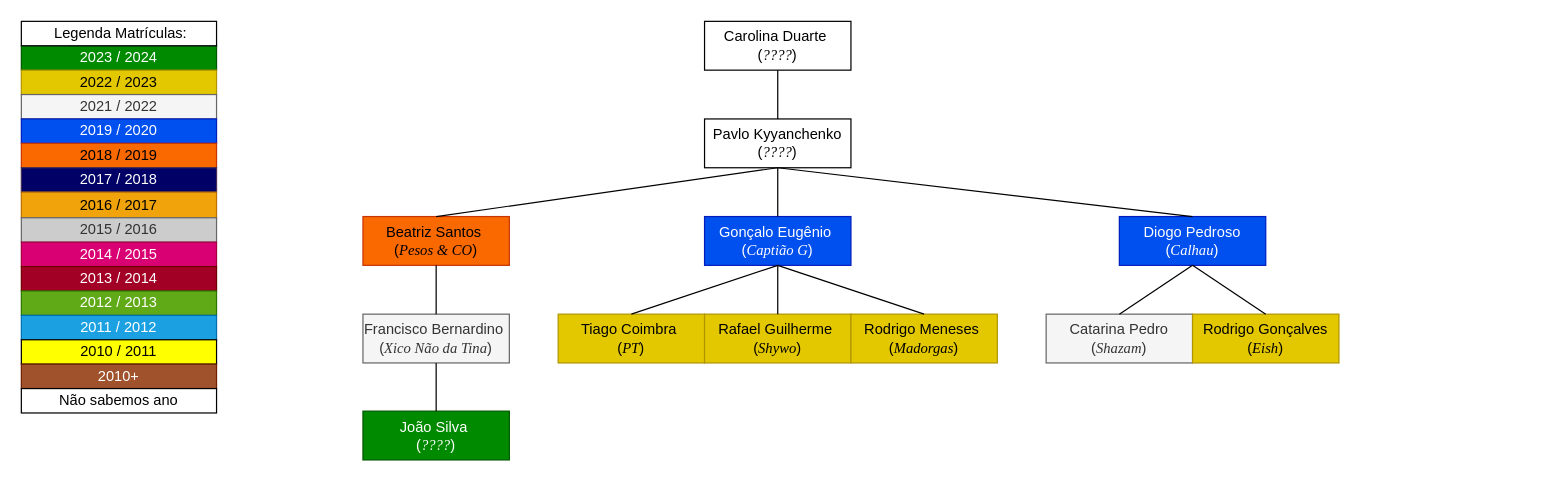
Above: Draw.io/Familia da Carolina Duarte.drawio in pdmtmr/PDMTMRTESTLOCATION-AKA-ARBUSTO (draw.io), before the change. Source tidied: cells renumbered, new cells numbered last; positions are measured from the earlier drawing's top-left corner, leaving out a move shared by most shapes. Both pictures are drawn from the tidied source at 122%, with x=0, y=0 at pixel (21, 21).
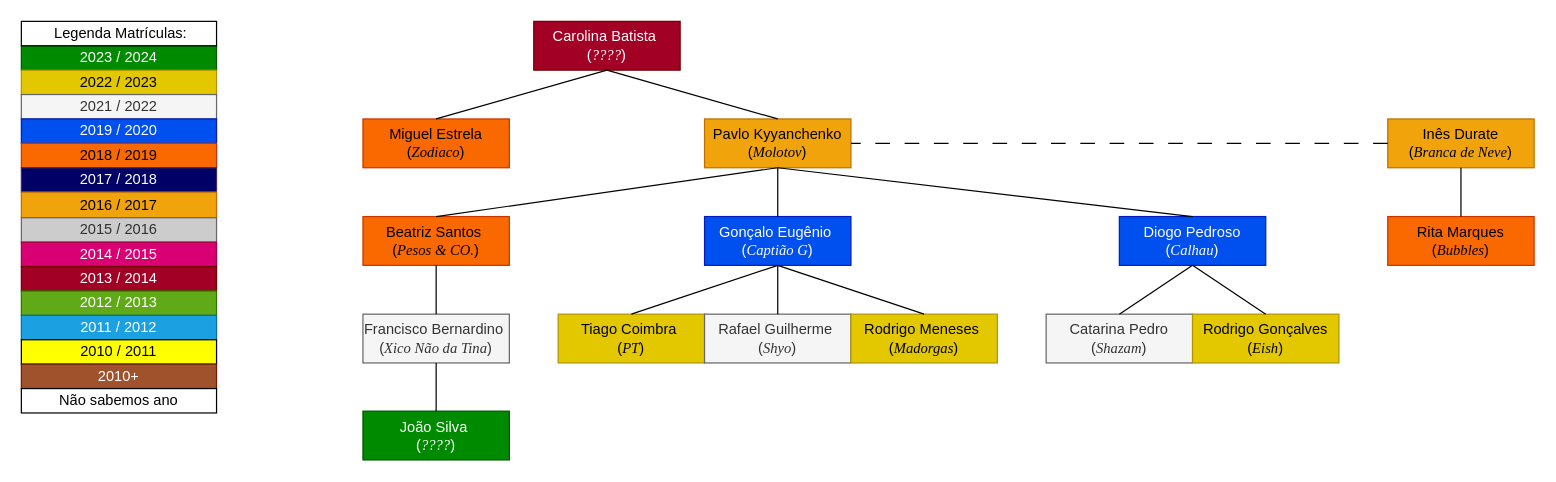
After the change.

What changed in the source:
```diff
@@
-    <mxCell id="17" value="&lt;div&gt;Pavlo Kyyanchenko&lt;/div&gt;&lt;div&gt;&lt;span style=&quot;background-color: initial;&quot;&gt;(&lt;/span&gt;&lt;i style=&quot;background-color: initial;&quot;&gt;&lt;font face=&quot;Times New Roman&quot;&gt;????&lt;/font&gt;&lt;/i&gt;&lt;span style=&quot;background-color: initial;&quot;&gt;)&lt;/span&gt;&lt;/div&gt;" style="rounded=0;whiteSpace=wrap;html=1;" parent="1" vertex="1">
+    <mxCell id="17" value="&lt;div&gt;Pavlo Kyyanchenko&lt;/div&gt;&lt;div&gt;&lt;span style=&quot;background-color: initial;&quot;&gt;(&lt;font face=&quot;Times New Roman&quot;&gt;&lt;i&gt;Molotov&lt;/i&gt;&lt;/font&gt;&lt;/span&gt;&lt;span style=&quot;background-color: initial;&quot;&gt;)&lt;/span&gt;&lt;/div&gt;" style="rounded=0;whiteSpace=wrap;html=1;fillColor=#f0a30a;fontColor=#000000;strokeColor=#BD7000;" parent="1" vertex="1">
       <mxGeometry x="560" y="80" width="120" height="40" as="geometry" />
     </mxCell>
@@
-    <mxCell id="20" value="&lt;div&gt;Beatriz Santos&amp;nbsp;&lt;/div&gt;&lt;div&gt;(&lt;font face=&quot;Times New Roman&quot;&gt;&lt;i&gt;Pesos &amp;amp; CO&lt;/i&gt;&lt;/font&gt;)&lt;/div&gt;" style="rounded=0;whiteSpace=wrap;html=1;fillColor=#fa6800;fontColor=#000000;strokeColor=#C73500;" parent="1" vertex="1">
+    <mxCell id="20" value="&lt;div&gt;Beatriz Santos&amp;nbsp;&lt;/div&gt;&lt;div&gt;(&lt;font face=&quot;Times New Roman&quot;&gt;&lt;i&gt;Pesos &amp;amp; CO.&lt;/i&gt;&lt;/font&gt;)&lt;/div&gt;" style="rounded=0;whiteSpace=wrap;html=1;fillColor=#fa6800;fontColor=#000000;strokeColor=#C73500;" parent="1" vertex="1">
       <mxGeometry x="280" y="160" width="120" height="40" as="geometry" />
     </mxCell>
@@
-    <mxCell id="23" value="&lt;div&gt;Rafael Guilherme&amp;nbsp;&lt;/div&gt;&lt;div&gt;(&lt;font face=&quot;Times New Roman&quot;&gt;&lt;i&gt;Shywo&lt;/i&gt;&lt;/font&gt;)&lt;/div&gt;" style="rounded=0;whiteSpace=wrap;html=1;fillColor=#e3c800;fontColor=#000000;strokeColor=#B09500;" parent="1" vertex="1">
+    <mxCell id="23" value="&lt;div&gt;Rafael Guilherme&amp;nbsp;&lt;/div&gt;&lt;div&gt;(&lt;font face=&quot;Times New Roman&quot;&gt;&lt;i&gt;Shyo&lt;/i&gt;&lt;/font&gt;)&lt;/div&gt;" style="rounded=0;whiteSpace=wrap;html=1;fillColor=#f5f5f5;fontColor=#333333;strokeColor=#666666;" parent="1" vertex="1">
       <mxGeometry x="560" y="240" width="120" height="40" as="geometry" />
     </mxCell>
@@
-    <mxCell id="36" value="&lt;div&gt;Carolina Duarte&amp;nbsp;&lt;/div&gt;&lt;div&gt;(&lt;i&gt;&lt;font face=&quot;Times New Roman&quot;&gt;????&lt;/font&gt;&lt;/i&gt;)&lt;/div&gt;" style="rounded=0;whiteSpace=wrap;html=1;" parent="1" vertex="1">
-      <mxGeometry x="560" width="120" height="40" as="geometry" />
+    <mxCell id="36" value="&lt;div&gt;Carolina Batista&amp;nbsp;&lt;/div&gt;&lt;div&gt;(&lt;i&gt;&lt;font face=&quot;Times New Roman&quot;&gt;????&lt;/font&gt;&lt;/i&gt;)&lt;/div&gt;" style="rounded=0;whiteSpace=wrap;html=1;fillColor=#a20025;fontColor=#ffffff;strokeColor=#6F0000;" parent="1" vertex="1">
+      <mxGeometry x="420" width="120" height="40" as="geometry" />
     </mxCell>
@@
+    <mxCell id="41" value="&lt;div&gt;Miguel Estrela&lt;/div&gt;&lt;div&gt;&lt;span style=&quot;background-color: initial;&quot;&gt;(&lt;font face=&quot;Times New Roman&quot;&gt;&lt;i&gt;Zodiaco&lt;/i&gt;&lt;/font&gt;&lt;/span&gt;&lt;span style=&quot;background-color: initial;&quot;&gt;)&lt;/span&gt;&lt;/div&gt;" style="rounded=0;whiteSpace=wrap;html=1;fillColor=#fa6800;fontColor=#000000;strokeColor=#C73500;" parent="1" vertex="1">
+      <mxGeometry x="280" y="80" width="120" height="40" as="geometry" />
+    </mxCell>
+    <mxCell id="42" style="endArrow=none;html=1;rounded=0;exitX=0.5;exitY=0;exitDx=0;exitDy=0;entryX=0.5;entryY=1;entryDx=0;entryDy=0;" parent="1" edge="1" source="41" target="36">
+      <mxGeometry relative="1" as="geometry" />
+    </mxCell>
+    <mxCell id="43" value="&lt;div&gt;&lt;span style=&quot;background-color: initial;&quot;&gt;Inês Durate&lt;/span&gt;&lt;/div&gt;&lt;div&gt;&lt;span style=&quot;background-color: initial;&quot;&gt;(&lt;font face=&quot;Times New Roman&quot;&gt;&lt;i&gt;Branca de Neve&lt;/i&gt;&lt;/font&gt;&lt;/span&gt;&lt;span style=&quot;background-color: initial;&quot;&gt;)&lt;/span&gt;&lt;/div&gt;" style="rounded=0;whiteSpace=wrap;html=1;fillColor=#f0a30a;fontColor=#000000;strokeColor=#BD7000;" parent="1" vertex="1">
+      <mxGeometry x="1120" y="80" width="120" height="40" as="geometry" />
+    </mxCell>
+    <mxCell id="44" value="&lt;div&gt;Rita Marques&lt;/div&gt;&lt;div&gt;&lt;span style=&quot;background-color: initial;&quot;&gt;(&lt;font face=&quot;Times New Roman&quot;&gt;&lt;i&gt;Bubbles&lt;/i&gt;&lt;/font&gt;&lt;/span&gt;&lt;span style=&quot;background-color: initial;&quot;&gt;)&lt;/span&gt;&lt;/div&gt;" style="rounded=0;whiteSpace=wrap;html=1;fillColor=#fa6800;fontColor=#000000;strokeColor=#C73500;" parent="1" vertex="1">
+      <mxGeometry x="1120" y="160" width="120" height="40" as="geometry" />
+    </mxCell>
+    <mxCell id="45" style="endArrow=none;html=1;rounded=0;exitX=0.5;exitY=0;exitDx=0;exitDy=0;entryX=0.5;entryY=1;entryDx=0;entryDy=0;" parent="1" edge="1" source="44" target="43">
+      <mxGeometry relative="1" as="geometry" />
+    </mxCell>
+    <mxCell id="46" style="endArrow=none;html=1;rounded=0;exitX=0;exitY=0.5;exitDx=0;exitDy=0;entryX=1;entryY=0.5;entryDx=0;entryDy=0;dashed=1;dashPattern=12 12;" parent="1" edge="1" source="43" target="17">
+      <mxGeometry relative="1" as="geometry" />
+    </mxCell>
```
